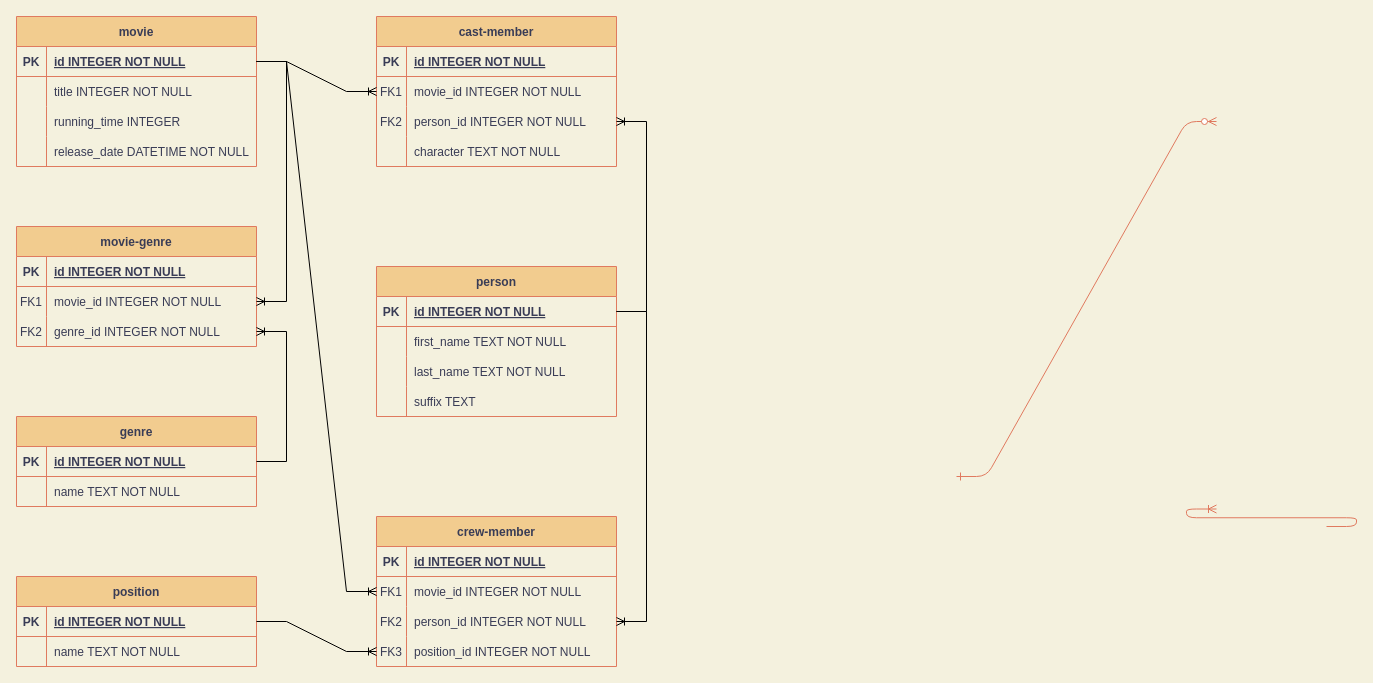
This is docs/movie-db.v1.drawio from thrivethru/movie-db, a draw.io file, before an edit. Source tidied: cells renumbered, new cells numbered last; positions are measured from the earlier drawing's top-left corner, leaving out a move shared by most shapes. Both pictures are drawn from the tidied source at 100%, with x=0, y=0 at pixel (16, 16).
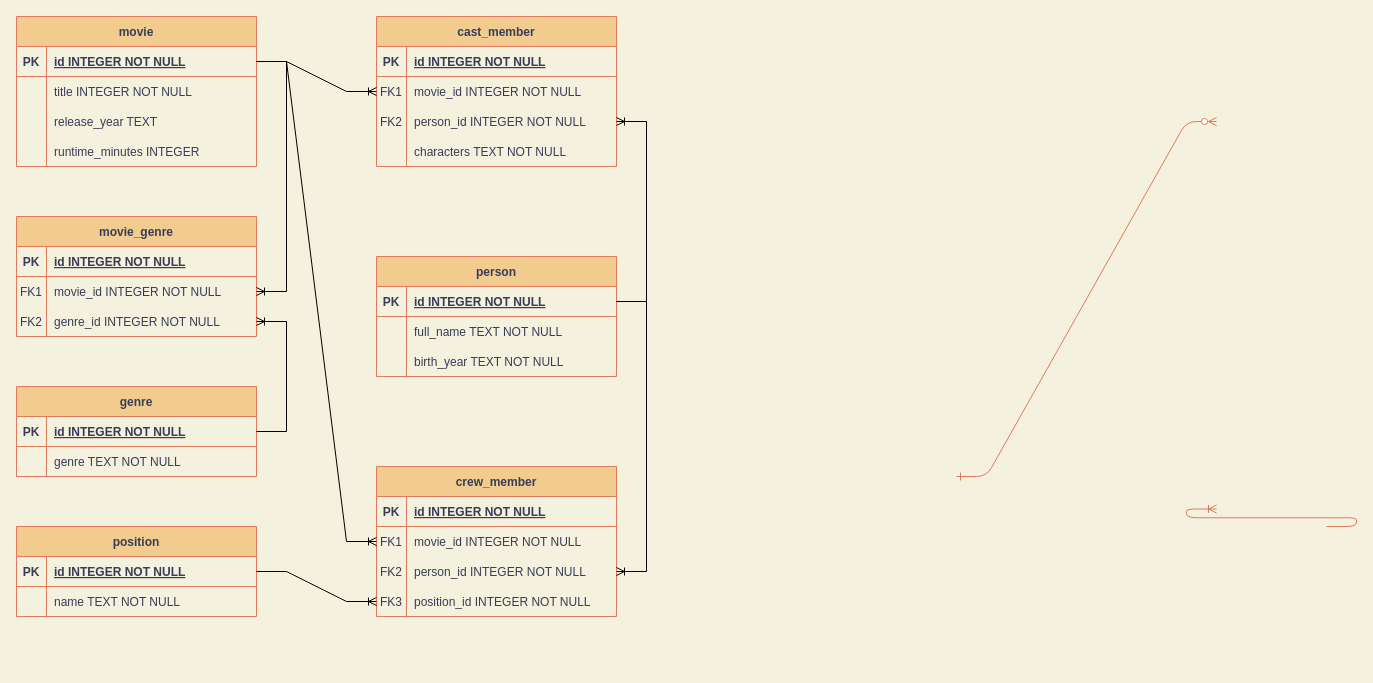
Above is the later version.

The change refers to these unchanged cells:
```xml
<mxCell id="4" value="movie" style="shape=table;startSize=30;childLayout=tableLayout;rowLines=0;fontStyle=1;align=center;fillColor=#F2CC8F;strokeColor=#E07A5F;fontColor=#393C56;" parent="1" vertex="1">
  <mxGeometry width="240" height="150" as="geometry" />
</mxCell>
<mxCell id="21" style="shape=partialRectangle;fillColor=none;top=0;left=0;right=0;bottom=0;strokeColor=#E07A5F;fontColor=#393C56;" parent="17" vertex="1">
  <mxGeometry y="60" width="240" height="30" as="geometry" />
</mxCell>
<mxCell id="24" style="shape=partialRectangle;fillColor=none;top=0;left=0;right=0;bottom=0;strokeColor=#E07A5F;fontColor=#393C56;" parent="17" vertex="1">
  <mxGeometry y="90" width="240" height="30" as="geometry" />
</mxCell>
<mxCell id="53" style="shape=partialRectangle;fillColor=none;top=0;left=0;right=0;bottom=0;strokeColor=#E07A5F;fontColor=#393C56;" parent="43" vertex="1">
  <mxGeometry y="120" width="240" height="30" as="geometry" />
</mxCell>
<mxCell id="67" style="shape=partialRectangle;fillColor=none;top=0;left=0;right=0;bottom=0;strokeColor=#E07A5F;fontColor=#393C56;" parent="63" vertex="1">
  <mxGeometry y="60" width="240" height="30" as="geometry" />
</mxCell>
```

Change to the diagram source:
```diff
@@
+    <mxCell id="14" style="shape=partialRectangle;fillColor=none;top=0;left=0;right=0;bottom=0;strokeColor=#E07A5F;fontColor=#393C56;" parent="4" vertex="1">
+      <mxGeometry y="90" width="240" height="30" as="geometry" />
+    </mxCell>
+    <mxCell id="15" style="shape=partialRectangle;overflow=hidden;fillColor=none;top=0;left=0;bottom=0;right=0;strokeColor=#E07A5F;fontColor=#393C56;" parent="14" vertex="1">
+      <mxGeometry width="30" height="30" as="geometry" />
+    </mxCell>
+    <mxCell id="16" value="release_year TEXT" style="shape=partialRectangle;overflow=hidden;fillColor=none;top=0;left=0;bottom=0;right=0;align=left;spacingLeft=6;strokeColor=#E07A5F;fontColor=#393C56;" parent="14" vertex="1">
+      <mxGeometry x="30" width="210" height="30" as="geometry" />
+    </mxCell>
     <mxCell id="11" style="shape=partialRectangle;fillColor=none;top=0;left=0;right=0;bottom=0;strokeColor=#E07A5F;fontColor=#393C56;" parent="4" vertex="1">
-      <mxGeometry y="90" width="240" height="30" as="geometry" />
+      <mxGeometry y="120" width="240" height="30" as="geometry" />
     </mxCell>
@@
-    <mxCell id="13" value="running_time INTEGER" style="shape=partialRectangle;overflow=hidden;fillColor=none;top=0;left=0;bottom=0;right=0;align=left;spacingLeft=6;strokeColor=#E07A5F;fontColor=#393C56;" parent="11" vertex="1">
+    <mxCell id="13" value="runtime_minutes INTEGER" style="shape=partialRectangle;overflow=hidden;fillColor=none;top=0;left=0;bottom=0;right=0;align=left;spacingLeft=6;strokeColor=#E07A5F;fontColor=#393C56;" parent="11" vertex="1">
       <mxGeometry x="30" width="210" height="30" as="geometry" />
     </mxCell>
-    <mxCell id="14" style="shape=partialRectangle;fillColor=none;top=0;left=0;right=0;bottom=0;strokeColor=#E07A5F;fontColor=#393C56;" parent="4" vertex="1">
-      <mxGeometry y="120" width="240" height="30" as="geometry" />
-    </mxCell>
-    <mxCell id="15" style="shape=partialRectangle;overflow=hidden;fillColor=none;top=0;left=0;bottom=0;right=0;strokeColor=#E07A5F;fontColor=#393C56;" parent="14" vertex="1">
-      <mxGeometry width="30" height="30" as="geometry" />
-    </mxCell>
-    <mxCell id="16" value="release_date DATETIME NOT NULL" style="shape=partialRectangle;overflow=hidden;fillColor=none;top=0;left=0;bottom=0;right=0;align=left;spacingLeft=6;strokeColor=#E07A5F;fontColor=#393C56;" parent="14" vertex="1">
-      <mxGeometry x="30" width="210" height="30" as="geometry" />
-    </mxCell>
     <mxCell id="17" value="person" style="shape=table;startSize=30;childLayout=tableLayout;rowLines=0;fontStyle=1;align=center;fillColor=#F2CC8F;strokeColor=#E07A5F;fontColor=#393C56;" parent="1" vertex="1">
-      <mxGeometry x="360" y="250" width="240" height="150" as="geometry" />
+      <mxGeometry x="360" y="240" width="240" height="120" as="geometry" />
     </mxCell>
@@
-    <mxCell id="23" value="first_name TEXT NOT NULL" style="shape=partialRectangle;overflow=hidden;fillColor=none;top=0;left=0;bottom=0;right=0;align=left;spacingLeft=6;strokeColor=#E07A5F;fontColor=#393C56;" parent="21" vertex="1">
+    <mxCell id="23" value="full_name TEXT NOT NULL" style="shape=partialRectangle;overflow=hidden;fillColor=none;top=0;left=0;bottom=0;right=0;align=left;spacingLeft=6;strokeColor=#E07A5F;fontColor=#393C56;" parent="21" vertex="1">
       <mxGeometry x="30" width="210" height="30" as="geometry" />
     </mxCell>
@@
-    <mxCell id="26" value="last_name TEXT NOT NULL" style="shape=partialRectangle;overflow=hidden;fillColor=none;top=0;left=0;bottom=0;right=0;align=left;spacingLeft=6;strokeColor=#E07A5F;fontColor=#393C56;" parent="24" vertex="1">
+    <mxCell id="26" value="birth_year TEXT NOT NULL" style="shape=partialRectangle;overflow=hidden;fillColor=none;top=0;left=0;bottom=0;right=0;align=left;spacingLeft=6;strokeColor=#E07A5F;fontColor=#393C56;" parent="24" vertex="1">
       <mxGeometry x="30" width="210" height="30" as="geometry" />
     </mxCell>
-    <mxCell id="27" style="shape=partialRectangle;fillColor=none;top=0;left=0;right=0;bottom=0;strokeColor=#E07A5F;fontColor=#393C56;" parent="17" vertex="1">
-      <mxGeometry y="120" width="240" height="30" as="geometry" />
-    </mxCell>
-    <mxCell id="28" style="shape=partialRectangle;overflow=hidden;fillColor=none;top=0;left=0;bottom=0;right=0;strokeColor=#E07A5F;fontColor=#393C56;" parent="27" vertex="1">
-      <mxGeometry width="30" height="30" as="geometry" />
-    </mxCell>
-    <mxCell id="29" value="suffix TEXT" style="shape=partialRectangle;overflow=hidden;fillColor=none;top=0;left=0;bottom=0;right=0;align=left;spacingLeft=6;strokeColor=#E07A5F;fontColor=#393C56;" parent="27" vertex="1">
-      <mxGeometry x="30" width="210" height="30" as="geometry" />
-    </mxCell>
-    <mxCell id="30" value="crew-member" style="shape=table;startSize=30;childLayout=tableLayout;rowLines=0;fontStyle=1;align=center;fillColor=#F2CC8F;strokeColor=#E07A5F;fontColor=#393C56;" parent="1" vertex="1">
-      <mxGeometry x="360" y="500" width="240" height="150" as="geometry" />
+    <mxCell id="30" value="crew_member" style="shape=table;startSize=30;childLayout=tableLayout;rowLines=0;fontStyle=1;align=center;fillColor=#F2CC8F;strokeColor=#E07A5F;fontColor=#393C56;" parent="1" vertex="1">
+      <mxGeometry x="360" y="450" width="240" height="150" as="geometry" />
     </mxCell>
@@
-    <mxCell id="43" value="cast-member" style="shape=table;startSize=30;childLayout=tableLayout;rowLines=0;fontStyle=1;align=center;fillColor=#F2CC8F;strokeColor=#E07A5F;fontColor=#393C56;" parent="1" vertex="1">
+    <mxCell id="43" value="cast_member" style="shape=table;startSize=30;childLayout=tableLayout;rowLines=0;fontStyle=1;align=center;fillColor=#F2CC8F;strokeColor=#E07A5F;fontColor=#393C56;" parent="1" vertex="1">
       <mxGeometry x="360" width="240" height="150" as="geometry" />
     </mxCell>
@@
-    <mxCell id="55" value="character TEXT NOT NULL" style="shape=partialRectangle;overflow=hidden;fillColor=none;top=0;left=0;bottom=0;right=0;align=left;spacingLeft=6;strokeColor=#E07A5F;fontColor=#393C56;" parent="53" vertex="1">
+    <mxCell id="55" value="characters TEXT NOT NULL" style="shape=partialRectangle;overflow=hidden;fillColor=none;top=0;left=0;bottom=0;right=0;align=left;spacingLeft=6;strokeColor=#E07A5F;fontColor=#393C56;" parent="53" vertex="1">
       <mxGeometry x="30" width="210" height="30" as="geometry" />
     </mxCell>
     <mxCell id="56" value="position" style="shape=table;startSize=30;childLayout=tableLayout;rowLines=0;fontStyle=1;align=center;fillColor=#F2CC8F;strokeColor=#E07A5F;fontColor=#393C56;" parent="1" vertex="1">
-      <mxGeometry y="560" width="240" height="90" as="geometry" />
+      <mxGeometry y="510" width="240" height="90" as="geometry" />
     </mxCell>
@@
     <mxCell id="63" value="genre" style="shape=table;startSize=30;childLayout=tableLayout;rowLines=0;fontStyle=1;align=center;fillColor=#F2CC8F;strokeColor=#E07A5F;fontColor=#393C56;" parent="1" vertex="1">
-      <mxGeometry y="400" width="240" height="90" as="geometry" />
+      <mxGeometry y="370" width="240" height="90" as="geometry" />
     </mxCell>
@@
-    <mxCell id="69" value="name TEXT NOT NULL" style="shape=partialRectangle;overflow=hidden;fillColor=none;top=0;left=0;bottom=0;right=0;align=left;spacingLeft=6;strokeColor=#E07A5F;fontColor=#393C56;" parent="67" vertex="1">
+    <mxCell id="69" value="genre TEXT NOT NULL" style="shape=partialRectangle;overflow=hidden;fillColor=none;top=0;left=0;bottom=0;right=0;align=left;spacingLeft=6;strokeColor=#E07A5F;fontColor=#393C56;" parent="67" vertex="1">
       <mxGeometry x="30" width="210" height="30" as="geometry" />
     </mxCell>
-    <mxCell id="70" value="movie-genre" style="shape=table;startSize=30;childLayout=tableLayout;rowLines=0;fontStyle=1;align=center;fillColor=#F2CC8F;strokeColor=#E07A5F;fontColor=#393C56;" parent="1" vertex="1">
-      <mxGeometry y="210" width="240" height="120" as="geometry" />
+    <mxCell id="70" value="movie_genre" style="shape=table;startSize=30;childLayout=tableLayout;rowLines=0;fontStyle=1;align=center;fillColor=#F2CC8F;strokeColor=#E07A5F;fontColor=#393C56;" parent="1" vertex="1">
+      <mxGeometry y="200" width="240" height="120" as="geometry" />
     </mxCell>
```
